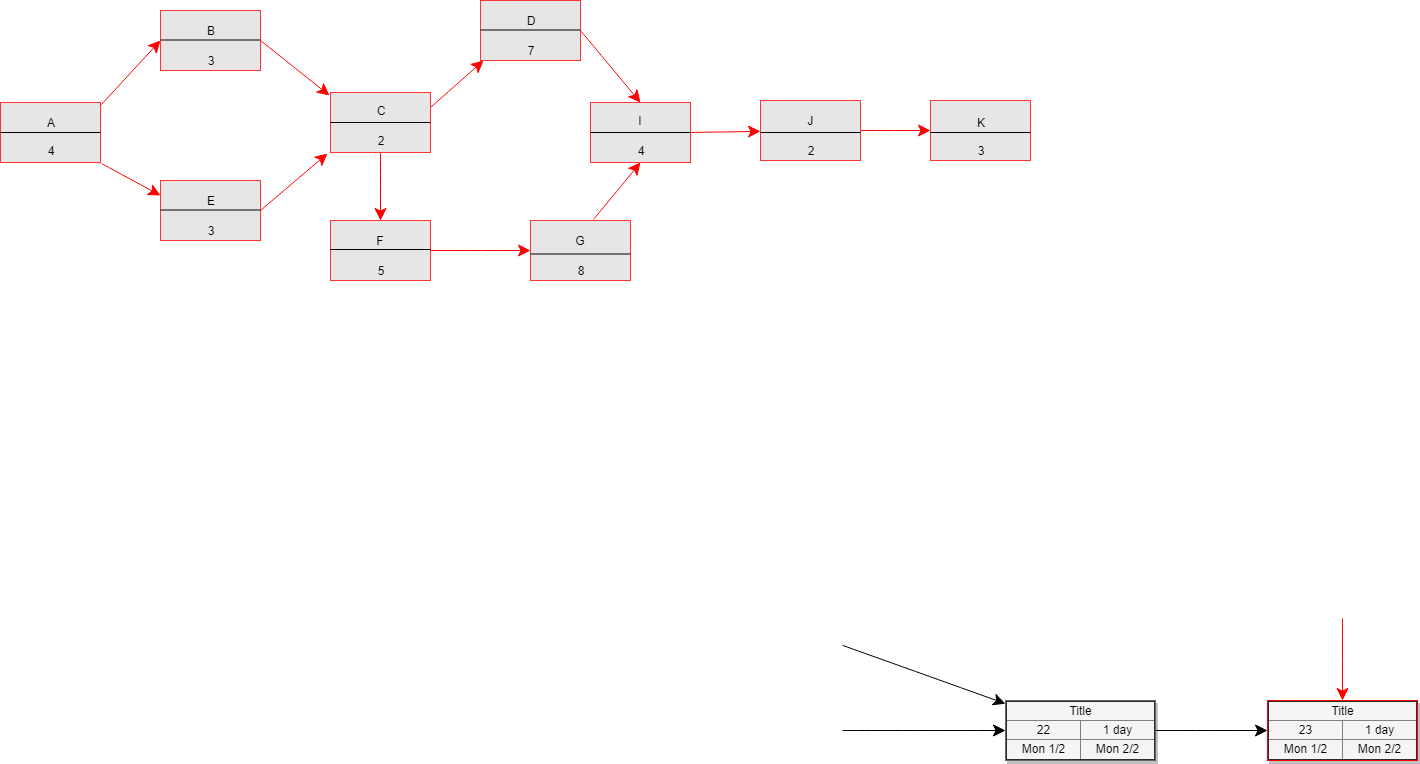
Before: Precedence_Network_Diagram.png, a diagram exported from draw.io (umayanga123/svsr_diagrums). Source tidied: cells renumbered, new cells last; positions are measured from the earlier drawing's top-left corner, leaving out a move shared by most shapes. Source of this version:
```xml
<mxGraphModel background="#ffffff">
  <root>
    <mxCell id="0" style="html=1;" />
    <mxCell id="1" style="html=1;" parent="0" />
    <mxCell id="2" style="edgeStyle=none;curved=1;html=1;startSize=10;endArrow=classic;endFill=1;endSize=10;strokeColor=#FF0000;strokeWidth=1;fontSize=12;entryX=0;entryY=0.5;entryDx=0;entryDy=0;exitX=1;exitY=0.05;exitDx=0;exitDy=0;exitPerimeter=0;" parent="1" edge="1" source="19" target="23">
      <mxGeometry relative="1" as="geometry" />
    </mxCell>
    <mxCell id="3" style="edgeStyle=none;curved=1;html=1;startSize=10;endArrow=classic;endFill=1;endSize=10;strokeColor=#FF0000;strokeWidth=1;fontSize=12;exitX=1.01;exitY=1.017;exitDx=0;exitDy=0;exitPerimeter=0;entryX=0;entryY=0.25;entryDx=0;entryDy=0;" parent="1" edge="1" source="19" target="24">
      <mxGeometry relative="1" as="geometry" />
    </mxCell>
    <mxCell id="4" style="edgeStyle=none;curved=1;html=1;startSize=10;endArrow=classic;endFill=1;endSize=10;strokeColor=#FF0000;strokeWidth=1;fontSize=12;" parent="1" edge="1" target="12">
      <mxGeometry relative="1" as="geometry">
        <mxPoint x="1342" y="618" as="sourcePoint" />
      </mxGeometry>
    </mxCell>
    <mxCell id="5" style="edgeStyle=none;curved=1;html=1;startSize=10;endArrow=classic;endFill=1;endSize=10;strokeColor=#FF0000;strokeWidth=1;fontSize=12;exitX=1;exitY=0.5;exitDx=0;exitDy=0;" parent="1" edge="1" source="29" target="30">
      <mxGeometry relative="1" as="geometry" />
    </mxCell>
    <mxCell id="6" style="edgeStyle=none;curved=1;html=1;startSize=10;endArrow=classic;endFill=1;endSize=10;strokeColor=#FF0000;strokeWidth=1;fontSize=12;exitX=0.5;exitY=1;exitDx=0;exitDy=0;entryX=0.5;entryY=0;entryDx=0;entryDy=0;" parent="1" edge="1" source="25" target="26">
      <mxGeometry relative="1" as="geometry" />
    </mxCell>
    <mxCell id="7" style="edgeStyle=none;curved=1;html=1;startSize=10;endArrow=classic;endFill=1;endSize=10;strokeColor=#FF0000;strokeWidth=1;fontSize=12;exitX=1;exitY=0.25;exitDx=0;exitDy=0;entryX=0.03;entryY=1;entryDx=0;entryDy=0;entryPerimeter=0;" parent="1" edge="1" source="25" target="28">
      <mxGeometry relative="1" as="geometry" />
    </mxCell>
    <mxCell id="8" style="edgeStyle=none;curved=1;html=1;startSize=10;endArrow=classic;endFill=1;endSize=10;strokeColor=#FF0000;strokeWidth=1;fontSize=12;exitX=1;exitY=0.5;exitDx=0;exitDy=0;entryX=-0.01;entryY=0.05;entryDx=0;entryDy=0;entryPerimeter=0;" parent="1" edge="1" source="23" target="25">
      <mxGeometry relative="1" as="geometry" />
    </mxCell>
    <mxCell id="9" style="edgeStyle=none;curved=1;html=1;startSize=10;endArrow=classic;endFill=1;endSize=10;strokeColor=#FF0000;strokeWidth=1;fontSize=12;exitX=1;exitY=0.5;exitDx=0;exitDy=0;entryX=-0.03;entryY=1.017;entryDx=0;entryDy=0;entryPerimeter=0;" parent="1" edge="1" source="24" target="25">
      <mxGeometry relative="1" as="geometry" />
    </mxCell>
    <mxCell id="10" style="edgeStyle=none;curved=1;html=1;startSize=10;endArrow=classic;endFill=1;endSize=10;strokeColor=#FF0000;strokeWidth=1;fontSize=12;exitX=1;exitY=0.5;exitDx=0;exitDy=0;entryX=0;entryY=0.5;entryDx=0;entryDy=0;" parent="1" edge="1" source="26" target="27">
      <mxGeometry relative="1" as="geometry" />
    </mxCell>
    <mxCell id="11" style="edgeStyle=none;curved=1;html=1;startSize=10;endArrow=classic;endFill=1;endSize=10;strokeColor=#FF0000;strokeWidth=1;fontSize=12;exitX=1;exitY=0.5;exitDx=0;exitDy=0;" parent="1" edge="1" source="30" target="31">
      <mxGeometry relative="1" as="geometry" />
    </mxCell>
    <mxCell id="12" value="&lt;table border=&quot;1&quot; width=&quot;100%&quot; style=&quot;width: 100% ; height: 100% ; border-collapse: collapse&quot;&gt;&lt;tbody&gt;&lt;tr&gt;&lt;td colspan=&quot;2&quot; align=&quot;center&quot;&gt;&lt;font style=&quot;font-size: 12px&quot;&gt;Title&lt;/font&gt;&lt;/td&gt;&lt;/tr&gt;&lt;tr&gt;&lt;td align=&quot;center&quot;&gt;23&lt;/td&gt;&lt;td align=&quot;center&quot;&gt;&lt;font style=&quot;font-size: 12px&quot;&gt;1 day&lt;/font&gt;&lt;/td&gt;&lt;/tr&gt;&lt;tr&gt;&lt;td align=&quot;center&quot;&gt;&lt;font style=&quot;font-size: 12px&quot;&gt;Mon 1/2&lt;/font&gt;&lt;/td&gt;&lt;td align=&quot;center&quot;&gt;&lt;font style=&quot;font-size: 12px&quot;&gt;Mon 2/2&lt;/font&gt;&lt;/td&gt;&lt;/tr&gt;&lt;/tbody&gt;&lt;/table&gt;" style="text;html=1;strokeColor=#FF0000;fillColor=#f5f5f5;overflow=fill;rounded=0;shadow=1;fontSize=12;align=center;" parent="1" vertex="1">
      <mxGeometry x="1267" y="700" width="150" height="60" as="geometry" />
    </mxCell>
    <mxCell id="13" style="edgeStyle=none;curved=1;html=1;startSize=10;endArrow=classic;endFill=1;endSize=10;strokeColor=#FF0000;strokeWidth=1;fontSize=12;exitX=1;exitY=0.5;exitDx=0;exitDy=0;entryX=0.5;entryY=0;entryDx=0;entryDy=0;" parent="1" edge="1" source="28" target="29">
      <mxGeometry relative="1" as="geometry" />
    </mxCell>
    <mxCell id="14" style="edgeStyle=none;curved=1;html=1;startSize=10;endArrow=classic;endFill=1;endSize=10;strokeColor=#FF0000;strokeWidth=1;fontSize=12;exitX=0.63;exitY=-0.017;exitDx=0;exitDy=0;exitPerimeter=0;entryX=0.5;entryY=1;entryDx=0;entryDy=0;" parent="1" edge="1" source="27" target="29">
      <mxGeometry relative="1" as="geometry" />
    </mxCell>
    <mxCell id="15" style="edgeStyle=none;curved=1;html=1;startSize=10;endArrow=classic;endFill=1;endSize=10;strokeColor=#000000;strokeWidth=1;fontSize=12;" parent="1" edge="1" target="18">
      <mxGeometry relative="1" as="geometry">
        <mxPoint x="842" y="644.8" as="sourcePoint" />
      </mxGeometry>
    </mxCell>
    <mxCell id="16" style="edgeStyle=none;curved=1;html=1;startSize=10;endArrow=classic;endFill=1;endSize=10;strokeColor=#000000;strokeWidth=1;fontSize=12;" parent="1" edge="1" target="18">
      <mxGeometry relative="1" as="geometry">
        <mxPoint x="842" y="730" as="sourcePoint" />
      </mxGeometry>
    </mxCell>
    <mxCell id="17" style="edgeStyle=none;curved=1;html=1;startSize=10;endArrow=classic;endFill=1;endSize=10;strokeColor=#000000;strokeWidth=1;fontSize=12;" parent="1" edge="1" source="18" target="12">
      <mxGeometry relative="1" as="geometry" />
    </mxCell>
    <mxCell id="18" value="&lt;table border=&quot;1&quot; width=&quot;100%&quot; style=&quot;width: 100% ; height: 100% ; border-collapse: collapse&quot;&gt;&lt;tbody&gt;&lt;tr&gt;&lt;td colspan=&quot;2&quot; align=&quot;center&quot;&gt;&lt;font style=&quot;font-size: 12px&quot;&gt;Title&lt;/font&gt;&lt;/td&gt;&lt;/tr&gt;&lt;tr&gt;&lt;td align=&quot;center&quot;&gt;22&lt;/td&gt;&lt;td align=&quot;center&quot;&gt;&lt;font style=&quot;font-size: 12px&quot;&gt;1 day&lt;/font&gt;&lt;/td&gt;&lt;/tr&gt;&lt;tr&gt;&lt;td align=&quot;center&quot;&gt;&lt;font style=&quot;font-size: 12px&quot;&gt;Mon 1/2&lt;/font&gt;&lt;/td&gt;&lt;td align=&quot;center&quot;&gt;&lt;font style=&quot;font-size: 12px&quot;&gt;Mon 2/2&lt;/font&gt;&lt;/td&gt;&lt;/tr&gt;&lt;/tbody&gt;&lt;/table&gt;" style="text;html=1;strokeColor=#666666;fillColor=#f5f5f5;overflow=fill;rounded=0;shadow=1;fontSize=12;align=center;" parent="1" vertex="1">
      <mxGeometry x="1005" y="700" width="150" height="60" as="geometry" />
    </mxCell>
    <mxCell id="19" style="rounded=0;whiteSpace=wrap;html=1;fillColor=#E6E6E6;shadow=0;strokeColor=#FF3333;" parent="1" vertex="1">
      <mxGeometry y="102" width="100" height="60" as="geometry" />
    </mxCell>
    <mxCell id="20" style="endArrow=none;html=1;entryX=1;entryY=0.5;entryDx=0;entryDy=0;exitX=0;exitY=0.5;exitDx=0;exitDy=0;" parent="1" edge="1" source="19" target="19">
      <mxGeometry relative="1" as="geometry" />
    </mxCell>
    <mxCell id="21" value="A" style="text;html=1;strokeColor=none;fillColor=none;align=center;verticalAlign=middle;whiteSpace=wrap;rounded=0;" parent="1" vertex="1">
      <mxGeometry x="30" y="112" width="40" height="20" as="geometry" />
    </mxCell>
    <mxCell id="22" value="4" style="text;html=1;strokeColor=none;fillColor=none;align=center;verticalAlign=middle;whiteSpace=wrap;rounded=0;" parent="1" vertex="1">
      <mxGeometry x="30" y="140" width="40" height="20" as="geometry" />
    </mxCell>
    <mxCell id="23" style="rounded=0;whiteSpace=wrap;html=1;fillColor=#E6E6E6;shadow=0;strokeColor=#FF3333;" parent="1" vertex="1">
      <mxGeometry x="160" y="10" width="100" height="60" as="geometry" />
    </mxCell>
    <mxCell id="24" style="rounded=0;whiteSpace=wrap;html=1;fillColor=#E6E6E6;shadow=0;strokeColor=#FF3333;" parent="1" vertex="1">
      <mxGeometry x="160" y="180" width="100" height="60" as="geometry" />
    </mxCell>
    <mxCell id="25" style="rounded=0;whiteSpace=wrap;html=1;fillColor=#E6E6E6;shadow=0;strokeColor=#FF3333;" parent="1" vertex="1">
      <mxGeometry x="330" y="92" width="100" height="60" as="geometry" />
    </mxCell>
    <mxCell id="26" style="rounded=0;whiteSpace=wrap;html=1;fillColor=#E6E6E6;shadow=0;strokeColor=#FF3333;" parent="1" vertex="1">
      <mxGeometry x="330" y="220" width="100" height="60" as="geometry" />
    </mxCell>
    <mxCell id="27" style="rounded=0;whiteSpace=wrap;html=1;fillColor=#E6E6E6;shadow=0;strokeColor=#FF3333;" parent="1" vertex="1">
      <mxGeometry x="530" y="220" width="100" height="60" as="geometry" />
    </mxCell>
    <mxCell id="28" style="rounded=0;whiteSpace=wrap;html=1;fillColor=#E6E6E6;shadow=0;strokeColor=#FF3333;" parent="1" vertex="1">
      <mxGeometry x="480" width="100" height="60" as="geometry" />
    </mxCell>
    <mxCell id="29" style="rounded=0;whiteSpace=wrap;html=1;fillColor=#E6E6E6;shadow=0;strokeColor=#FF3333;" parent="1" vertex="1">
      <mxGeometry x="590" y="102" width="100" height="60" as="geometry" />
    </mxCell>
    <mxCell id="30" style="rounded=0;whiteSpace=wrap;html=1;fillColor=#E6E6E6;shadow=0;strokeColor=#FF3333;" parent="1" vertex="1">
      <mxGeometry x="760" y="100" width="100" height="60" as="geometry" />
    </mxCell>
    <mxCell id="31" style="rounded=0;whiteSpace=wrap;html=1;fillColor=#E6E6E6;shadow=0;strokeColor=#FF3333;" parent="1" vertex="1">
      <mxGeometry x="930" y="100" width="100" height="60" as="geometry" />
    </mxCell>
    <mxCell id="32" style="endArrow=none;html=1;entryX=1;entryY=0.5;entryDx=0;entryDy=0;exitX=0;exitY=0.5;exitDx=0;exitDy=0;" parent="1" edge="1">
      <mxGeometry relative="1" as="geometry">
        <mxPoint x="160" y="209.5" as="sourcePoint" />
        <mxPoint x="260" y="209.5" as="targetPoint" />
      </mxGeometry>
    </mxCell>
    <mxCell id="33" style="endArrow=none;html=1;entryX=1;entryY=0.5;entryDx=0;entryDy=0;exitX=0;exitY=0.5;exitDx=0;exitDy=0;" parent="1" edge="1">
      <mxGeometry relative="1" as="geometry">
        <mxPoint x="160" y="39.5" as="sourcePoint" />
        <mxPoint x="260" y="39.5" as="targetPoint" />
      </mxGeometry>
    </mxCell>
    <mxCell id="34" style="endArrow=none;html=1;entryX=1;entryY=0.5;entryDx=0;entryDy=0;exitX=0;exitY=0.5;exitDx=0;exitDy=0;" parent="1" edge="1">
      <mxGeometry relative="1" as="geometry">
        <mxPoint x="480" y="29.5" as="sourcePoint" />
        <mxPoint x="580" y="29.5" as="targetPoint" />
      </mxGeometry>
    </mxCell>
    <mxCell id="35" style="endArrow=none;html=1;entryX=1;entryY=0.5;entryDx=0;entryDy=0;exitX=0;exitY=0.5;exitDx=0;exitDy=0;" parent="1" edge="1">
      <mxGeometry relative="1" as="geometry">
        <mxPoint x="930" y="132" as="sourcePoint" />
        <mxPoint x="1030" y="132" as="targetPoint" />
      </mxGeometry>
    </mxCell>
    <mxCell id="36" style="endArrow=none;html=1;entryX=1;entryY=0.5;entryDx=0;entryDy=0;exitX=0;exitY=0.5;exitDx=0;exitDy=0;" parent="1" edge="1">
      <mxGeometry relative="1" as="geometry">
        <mxPoint x="760" y="132" as="sourcePoint" />
        <mxPoint x="860" y="132" as="targetPoint" />
      </mxGeometry>
    </mxCell>
    <mxCell id="37" style="endArrow=none;html=1;entryX=1;entryY=0.5;entryDx=0;entryDy=0;exitX=0;exitY=0.5;exitDx=0;exitDy=0;" parent="1" edge="1">
      <mxGeometry relative="1" as="geometry">
        <mxPoint x="590" y="132" as="sourcePoint" />
        <mxPoint x="690" y="132" as="targetPoint" />
      </mxGeometry>
    </mxCell>
    <mxCell id="38" style="endArrow=none;html=1;entryX=1;entryY=0.5;entryDx=0;entryDy=0;exitX=0;exitY=0.5;exitDx=0;exitDy=0;" parent="1" edge="1">
      <mxGeometry relative="1" as="geometry">
        <mxPoint x="330" y="122" as="sourcePoint" />
        <mxPoint x="430" y="122" as="targetPoint" />
      </mxGeometry>
    </mxCell>
    <mxCell id="39" style="endArrow=none;html=1;entryX=1;entryY=0.5;entryDx=0;entryDy=0;exitX=0;exitY=0.5;exitDx=0;exitDy=0;" parent="1" edge="1">
      <mxGeometry relative="1" as="geometry">
        <mxPoint x="330" y="249" as="sourcePoint" />
        <mxPoint x="430" y="249" as="targetPoint" />
      </mxGeometry>
    </mxCell>
    <mxCell id="40" style="endArrow=none;html=1;entryX=1;entryY=0.5;entryDx=0;entryDy=0;exitX=0;exitY=0.5;exitDx=0;exitDy=0;" parent="1" edge="1">
      <mxGeometry relative="1" as="geometry">
        <mxPoint x="530" y="253.5" as="sourcePoint" />
        <mxPoint x="630" y="253.5" as="targetPoint" />
      </mxGeometry>
    </mxCell>
    <mxCell id="41" value="G" style="text;html=1;strokeColor=none;fillColor=none;align=center;verticalAlign=middle;whiteSpace=wrap;rounded=0;" parent="1" vertex="1">
      <mxGeometry x="560" y="230" width="40" height="20" as="geometry" />
    </mxCell>
    <mxCell id="42" value="F" style="text;html=1;strokeColor=none;fillColor=none;align=center;verticalAlign=middle;whiteSpace=wrap;rounded=0;" parent="1" vertex="1">
      <mxGeometry x="360" y="230" width="40" height="20" as="geometry" />
    </mxCell>
    <mxCell id="43" value="D" style="text;html=1;strokeColor=none;fillColor=none;align=center;verticalAlign=middle;whiteSpace=wrap;rounded=0;" parent="1" vertex="1">
      <mxGeometry x="510" y="10" width="40" height="20" as="geometry" />
    </mxCell>
    <mxCell id="44" value="C" style="text;html=1;strokeColor=none;fillColor=none;align=center;verticalAlign=middle;whiteSpace=wrap;rounded=0;" parent="1" vertex="1">
      <mxGeometry x="360" y="100" width="40" height="20" as="geometry" />
    </mxCell>
    <mxCell id="45" value="E" style="text;html=1;strokeColor=none;fillColor=none;align=center;verticalAlign=middle;whiteSpace=wrap;rounded=0;" parent="1" vertex="1">
      <mxGeometry x="190" y="190" width="40" height="20" as="geometry" />
    </mxCell>
    <mxCell id="46" value="B" style="text;html=1;strokeColor=none;fillColor=none;align=center;verticalAlign=middle;whiteSpace=wrap;rounded=0;" parent="1" vertex="1">
      <mxGeometry x="190" y="20" width="40" height="20" as="geometry" />
    </mxCell>
    <mxCell id="47" value="K" style="text;html=1;strokeColor=none;fillColor=none;align=center;verticalAlign=middle;whiteSpace=wrap;rounded=0;" parent="1" vertex="1">
      <mxGeometry x="960" y="112" width="40" height="20" as="geometry" />
    </mxCell>
    <mxCell id="48" value="J" style="text;html=1;strokeColor=none;fillColor=none;align=center;verticalAlign=middle;whiteSpace=wrap;rounded=0;" parent="1" vertex="1">
      <mxGeometry x="790" y="110" width="40" height="20" as="geometry" />
    </mxCell>
    <mxCell id="49" value="I" style="text;html=1;strokeColor=none;fillColor=none;align=center;verticalAlign=middle;whiteSpace=wrap;rounded=0;" parent="1" vertex="1">
      <mxGeometry x="620" y="110" width="40" height="20" as="geometry" />
    </mxCell>
    <mxCell id="50" value="2" style="text;html=1;strokeColor=none;fillColor=none;align=center;verticalAlign=middle;whiteSpace=wrap;rounded=0;" parent="1" vertex="1">
      <mxGeometry x="790" y="140" width="40" height="20" as="geometry" />
    </mxCell>
    <mxCell id="51" value="4" style="text;html=1;strokeColor=none;fillColor=none;align=center;verticalAlign=middle;whiteSpace=wrap;rounded=0;" parent="1" vertex="1">
      <mxGeometry x="620" y="140" width="40" height="20" as="geometry" />
    </mxCell>
    <mxCell id="52" value="8" style="text;html=1;strokeColor=none;fillColor=none;align=center;verticalAlign=middle;whiteSpace=wrap;rounded=0;" parent="1" vertex="1">
      <mxGeometry x="560" y="260" width="40" height="20" as="geometry" />
    </mxCell>
    <mxCell id="53" value="5" style="text;html=1;strokeColor=none;fillColor=none;align=center;verticalAlign=middle;whiteSpace=wrap;rounded=0;" parent="1" vertex="1">
      <mxGeometry x="360" y="260" width="40" height="20" as="geometry" />
    </mxCell>
    <mxCell id="54" value="2" style="text;html=1;strokeColor=none;fillColor=none;align=center;verticalAlign=middle;whiteSpace=wrap;rounded=0;" parent="1" vertex="1">
      <mxGeometry x="360" y="130" width="40" height="20" as="geometry" />
    </mxCell>
    <mxCell id="55" value="3" style="text;html=1;strokeColor=none;fillColor=none;align=center;verticalAlign=middle;whiteSpace=wrap;rounded=0;" parent="1" vertex="1">
      <mxGeometry x="190" y="220" width="40" height="20" as="geometry" />
    </mxCell>
    <mxCell id="56" value="3" style="text;html=1;strokeColor=none;fillColor=none;align=center;verticalAlign=middle;whiteSpace=wrap;rounded=0;" parent="1" vertex="1">
      <mxGeometry x="190" y="50" width="40" height="20" as="geometry" />
    </mxCell>
    <mxCell id="57" value="3" style="text;html=1;strokeColor=none;fillColor=none;align=center;verticalAlign=middle;whiteSpace=wrap;rounded=0;" parent="1" vertex="1">
      <mxGeometry x="960" y="140" width="40" height="20" as="geometry" />
    </mxCell>
    <mxCell id="58" value="7" style="text;html=1;strokeColor=none;fillColor=none;align=center;verticalAlign=middle;whiteSpace=wrap;rounded=0;" parent="1" vertex="1">
      <mxGeometry x="510" y="40" width="40" height="20" as="geometry" />
    </mxCell>
  </root>
</mxGraphModel>
```
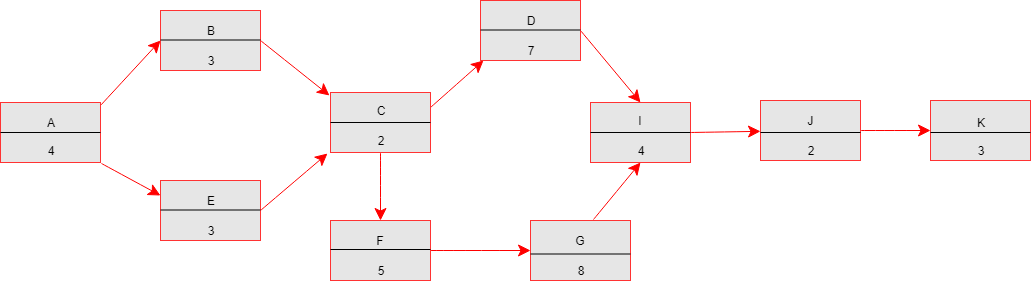
Above is the later version.

Diff of the diagram source:
```diff
@@ -8,11 +8,6 @@
     <mxCell id="3" style="edgeStyle=none;curved=1;html=1;startSize=10;endArrow=classic;endFill=1;endSize=10;strokeColor=#FF0000;strokeWidth=1;fontSize=12;exitX=1.01;exitY=1.017;exitDx=0;exitDy=0;exitPerimeter=0;entryX=0;entryY=0.25;entryDx=0;entryDy=0;" parent="1" edge="1" source="19" target="24">
       <mxGeometry relative="1" as="geometry" />
     </mxCell>
-    <mxCell id="4" style="edgeStyle=none;curved=1;html=1;startSize=10;endArrow=classic;endFill=1;endSize=10;strokeColor=#FF0000;strokeWidth=1;fontSize=12;" parent="1" edge="1" target="12">
-      <mxGeometry relative="1" as="geometry">
-        <mxPoint x="1342" y="618" as="sourcePoint" />
-      </mxGeometry>
-    </mxCell>
     <mxCell id="5" style="edgeStyle=none;curved=1;html=1;startSize=10;endArrow=classic;endFill=1;endSize=10;strokeColor=#FF0000;strokeWidth=1;fontSize=12;exitX=1;exitY=0.5;exitDx=0;exitDy=0;" parent="1" edge="1" source="29" target="30">
       <mxGeometry relative="1" as="geometry" />
     </mxCell>
@@ -34,31 +29,12 @@
     <mxCell id="11" style="edgeStyle=none;curved=1;html=1;startSize=10;endArrow=classic;endFill=1;endSize=10;strokeColor=#FF0000;strokeWidth=1;fontSize=12;exitX=1;exitY=0.5;exitDx=0;exitDy=0;" parent="1" edge="1" source="30" target="31">
       <mxGeometry relative="1" as="geometry" />
     </mxCell>
-    <mxCell id="12" value="&lt;table border=&quot;1&quot; width=&quot;100%&quot; style=&quot;width: 100% ; height: 100% ; border-collapse: collapse&quot;&gt;&lt;tbody&gt;&lt;tr&gt;&lt;td colspan=&quot;2&quot; align=&quot;center&quot;&gt;&lt;font style=&quot;font-size: 12px&quot;&gt;Title&lt;/font&gt;&lt;/td&gt;&lt;/tr&gt;&lt;tr&gt;&lt;td align=&quot;center&quot;&gt;23&lt;/td&gt;&lt;td align=&quot;center&quot;&gt;&lt;font style=&quot;font-size: 12px&quot;&gt;1 day&lt;/font&gt;&lt;/td&gt;&lt;/tr&gt;&lt;tr&gt;&lt;td align=&quot;center&quot;&gt;&lt;font style=&quot;font-size: 12px&quot;&gt;Mon 1/2&lt;/font&gt;&lt;/td&gt;&lt;td align=&quot;center&quot;&gt;&lt;font style=&quot;font-size: 12px&quot;&gt;Mon 2/2&lt;/font&gt;&lt;/td&gt;&lt;/tr&gt;&lt;/tbody&gt;&lt;/table&gt;" style="text;html=1;strokeColor=#FF0000;fillColor=#f5f5f5;overflow=fill;rounded=0;shadow=1;fontSize=12;align=center;" parent="1" vertex="1">
-      <mxGeometry x="1267" y="700" width="150" height="60" as="geometry" />
-    </mxCell>
     <mxCell id="13" style="edgeStyle=none;curved=1;html=1;startSize=10;endArrow=classic;endFill=1;endSize=10;strokeColor=#FF0000;strokeWidth=1;fontSize=12;exitX=1;exitY=0.5;exitDx=0;exitDy=0;entryX=0.5;entryY=0;entryDx=0;entryDy=0;" parent="1" edge="1" source="28" target="29">
       <mxGeometry relative="1" as="geometry" />
     </mxCell>
     <mxCell id="14" style="edgeStyle=none;curved=1;html=1;startSize=10;endArrow=classic;endFill=1;endSize=10;strokeColor=#FF0000;strokeWidth=1;fontSize=12;exitX=0.63;exitY=-0.017;exitDx=0;exitDy=0;exitPerimeter=0;entryX=0.5;entryY=1;entryDx=0;entryDy=0;" parent="1" edge="1" source="27" target="29">
       <mxGeometry relative="1" as="geometry" />
     </mxCell>
-    <mxCell id="15" style="edgeStyle=none;curved=1;html=1;startSize=10;endArrow=classic;endFill=1;endSize=10;strokeColor=#000000;strokeWidth=1;fontSize=12;" parent="1" edge="1" target="18">
-      <mxGeometry relative="1" as="geometry">
-        <mxPoint x="842" y="644.8" as="sourcePoint" />
-      </mxGeometry>
-    </mxCell>
-    <mxCell id="16" style="edgeStyle=none;curved=1;html=1;startSize=10;endArrow=classic;endFill=1;endSize=10;strokeColor=#000000;strokeWidth=1;fontSize=12;" parent="1" edge="1" target="18">
-      <mxGeometry relative="1" as="geometry">
-        <mxPoint x="842" y="730" as="sourcePoint" />
-      </mxGeometry>
-    </mxCell>
-    <mxCell id="17" style="edgeStyle=none;curved=1;html=1;startSize=10;endArrow=classic;endFill=1;endSize=10;strokeColor=#000000;strokeWidth=1;fontSize=12;" parent="1" edge="1" source="18" target="12">
-      <mxGeometry relative="1" as="geometry" />
-    </mxCell>
-    <mxCell id="18" value="&lt;table border=&quot;1&quot; width=&quot;100%&quot; style=&quot;width: 100% ; height: 100% ; border-collapse: collapse&quot;&gt;&lt;tbody&gt;&lt;tr&gt;&lt;td colspan=&quot;2&quot; align=&quot;center&quot;&gt;&lt;font style=&quot;font-size: 12px&quot;&gt;Title&lt;/font&gt;&lt;/td&gt;&lt;/tr&gt;&lt;tr&gt;&lt;td align=&quot;center&quot;&gt;22&lt;/td&gt;&lt;td align=&quot;center&quot;&gt;&lt;font style=&quot;font-size: 12px&quot;&gt;1 day&lt;/font&gt;&lt;/td&gt;&lt;/tr&gt;&lt;tr&gt;&lt;td align=&quot;center&quot;&gt;&lt;font style=&quot;font-size: 12px&quot;&gt;Mon 1/2&lt;/font&gt;&lt;/td&gt;&lt;td align=&quot;center&quot;&gt;&lt;font style=&quot;font-size: 12px&quot;&gt;Mon 2/2&lt;/font&gt;&lt;/td&gt;&lt;/tr&gt;&lt;/tbody&gt;&lt;/table&gt;" style="text;html=1;strokeColor=#666666;fillColor=#f5f5f5;overflow=fill;rounded=0;shadow=1;fontSize=12;align=center;" parent="1" vertex="1">
-      <mxGeometry x="1005" y="700" width="150" height="60" as="geometry" />
-    </mxCell>
     <mxCell id="19" style="rounded=0;whiteSpace=wrap;html=1;fillColor=#E6E6E6;shadow=0;strokeColor=#FF3333;" parent="1" vertex="1">
       <mxGeometry y="102" width="100" height="60" as="geometry" />
     </mxCell>
```
